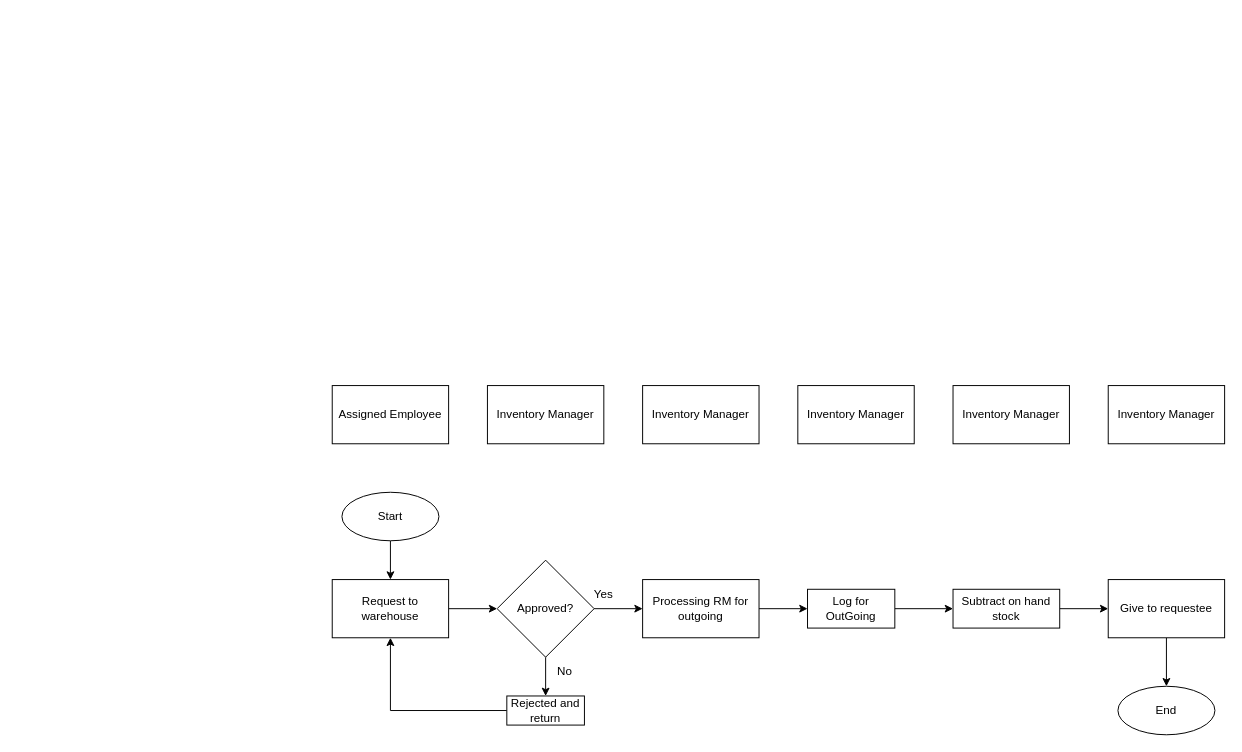
Earlier version of the draw.io diagram page "SYSTEM: USAGE" (2 of 6) of docs/SugarCreationsFC.drawio (AllegoYuanPaolo/SC-Inventory-Project). Source tidied: cells renumbered, new cells numbered last; positions are measured from the earlier drawing's top-left corner, leaving out a move shared by most shapes. Both pictures are drawn from the tidied source at 97%, with x=0, y=0 at pixel (332, 385).
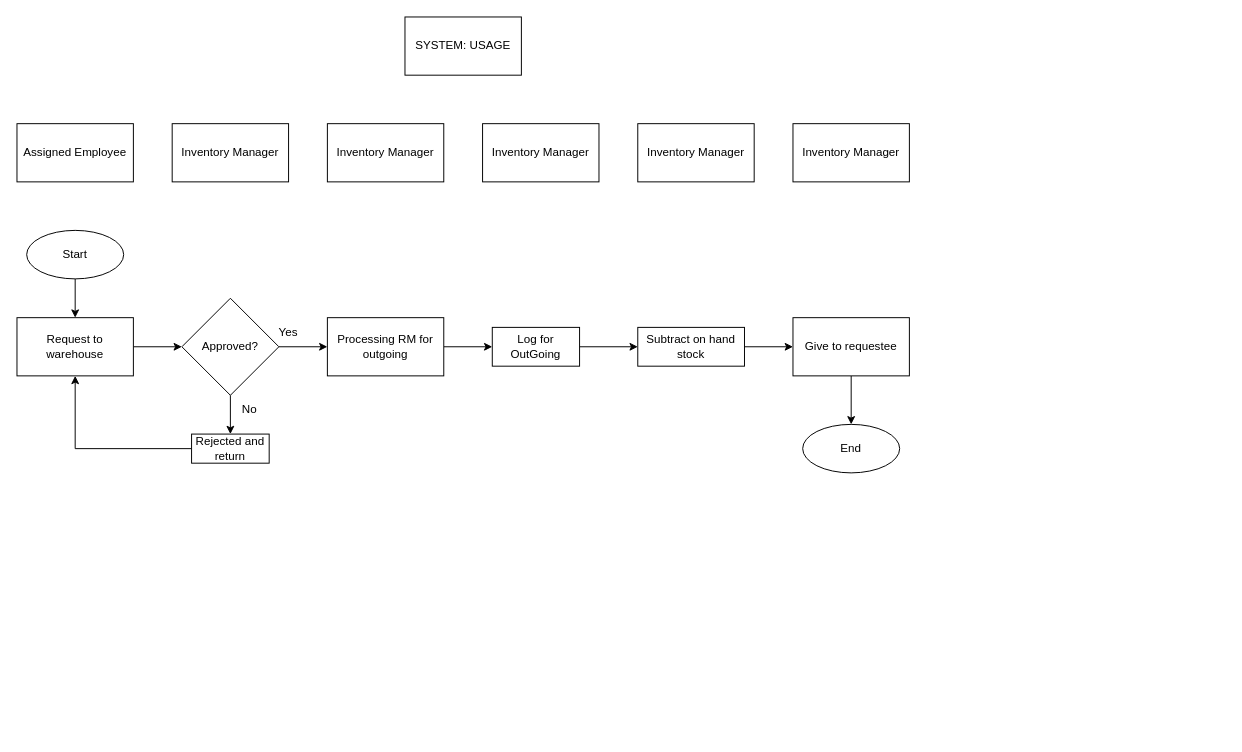
The same page after the edit.

Diff of the diagram source:
```diff
@@
-    <mxCell id="2" style="group;" parent="1" vertex="1">
-      <mxGeometry width="920" height="360" as="geometry" />
-    </mxCell>
-    <mxCell id="3" style="edgeStyle=orthogonalEdgeStyle;rounded=0;jettySize=auto;html=1;exitX=1;exitY=0.5;exitDx=0;exitDy=0;entryX=0;entryY=0.5;entryDx=0;entryDy=0;" parent="2" edge="1" source="4" target="13">
+    <mxCell id="3" style="edgeStyle=orthogonalEdgeStyle;rounded=0;jettySize=auto;html=1;exitX=1;exitY=0.5;exitDx=0;exitDy=0;entryX=0;entryY=0.5;entryDx=0;entryDy=0;" parent="1" edge="1" source="4" target="13">
       <mxGeometry relative="1" as="geometry" />
     </mxCell>
-    <mxCell id="4" value="Request to warehouse" style="whiteSpace=wrap;html=1;" parent="2" vertex="1">
-      <mxGeometry y="200" width="120" height="60" as="geometry" />
+    <mxCell id="4" value="Request to warehouse" style="whiteSpace=wrap;html=1;" parent="1" vertex="1">
+      <mxGeometry x="-325" y="-70" width="120" height="60" as="geometry" />
     </mxCell>
-    <mxCell id="5" style="edgeStyle=orthogonalEdgeStyle;rounded=0;jettySize=auto;html=1;" parent="2" edge="1" source="6" target="8">
+    <mxCell id="5" style="edgeStyle=orthogonalEdgeStyle;rounded=0;jettySize=auto;html=1;" parent="1" edge="1" source="6" target="8">
       <mxGeometry relative="1" as="geometry" />
     </mxCell>
-    <mxCell id="6" value="Log for OutGoing" style="rounded=0;whiteSpace=wrap;html=1;" parent="2" vertex="1">
-      <mxGeometry x="490" y="210" width="90" height="40" as="geometry" />
+    <mxCell id="6" value="Log for OutGoing" style="rounded=0;whiteSpace=wrap;html=1;" parent="1" vertex="1">
+      <mxGeometry x="165" y="-60" width="90" height="40" as="geometry" />
     </mxCell>
-    <mxCell id="7" style="edgeStyle=orthogonalEdgeStyle;rounded=0;jettySize=auto;html=1;" parent="2" edge="1" source="8" target="17">
+    <mxCell id="7" style="edgeStyle=orthogonalEdgeStyle;rounded=0;jettySize=auto;html=1;" parent="1" edge="1" source="8" target="17">
       <mxGeometry relative="1" as="geometry" />
     </mxCell>
-    <mxCell id="8" value="Subtract on hand stock" style="rounded=0;whiteSpace=wrap;html=1;" parent="2" vertex="1">
-      <mxGeometry x="640" y="210" width="110" height="40" as="geometry" />
+    <mxCell id="8" value="Subtract on hand stock" style="rounded=0;whiteSpace=wrap;html=1;" parent="1" vertex="1">
+      <mxGeometry x="315" y="-60" width="110" height="40" as="geometry" />
     </mxCell>
-    <mxCell id="9" style="edgeStyle=orthogonalEdgeStyle;rounded=0;jettySize=auto;html=1;" parent="2" edge="1" source="10" target="6">
+    <mxCell id="9" style="edgeStyle=orthogonalEdgeStyle;rounded=0;jettySize=auto;html=1;" parent="1" edge="1" source="10" target="6">
       <mxGeometry relative="1" as="geometry" />
     </mxCell>
-    <mxCell id="10" value="Processing RM for outgoing" style="rounded=0;whiteSpace=wrap;html=1;" parent="2" vertex="1">
-      <mxGeometry x="320" y="200" width="120" height="60" as="geometry" />
+    <mxCell id="10" value="Processing RM for outgoing" style="rounded=0;whiteSpace=wrap;html=1;" parent="1" vertex="1">
+      <mxGeometry x="-5" y="-70" width="120" height="60" as="geometry" />
     </mxCell>
-    <mxCell id="11" style="edgeStyle=orthogonalEdgeStyle;rounded=0;jettySize=auto;html=1;" parent="2" edge="1" source="13" target="15">
+    <mxCell id="11" style="edgeStyle=orthogonalEdgeStyle;rounded=0;jettySize=auto;html=1;" parent="1" edge="1" source="13" target="15">
       <mxGeometry relative="1" as="geometry" />
     </mxCell>
-    <mxCell id="12" style="edgeStyle=orthogonalEdgeStyle;rounded=0;jettySize=auto;html=1;exitX=1;exitY=0.5;exitDx=0;exitDy=0;entryX=0;entryY=0.5;entryDx=0;entryDy=0;" parent="2" edge="1" source="13" target="10">
+    <mxCell id="12" style="edgeStyle=orthogonalEdgeStyle;rounded=0;jettySize=auto;html=1;exitX=1;exitY=0.5;exitDx=0;exitDy=0;entryX=0;entryY=0.5;entryDx=0;entryDy=0;" parent="1" edge="1" source="13" target="10">
       <mxGeometry relative="1" as="geometry" />
     </mxCell>
-    <mxCell id="13" value="Approved?" style="rhombus;whiteSpace=wrap;html=1;" parent="2" vertex="1">
-      <mxGeometry x="170" y="180" width="100" height="100" as="geometry" />
+    <mxCell id="13" value="Approved?" style="rhombus;whiteSpace=wrap;html=1;" parent="1" vertex="1">
+      <mxGeometry x="-155" y="-90" width="100" height="100" as="geometry" />
     </mxCell>
-    <mxCell id="14" style="edgeStyle=orthogonalEdgeStyle;rounded=0;jettySize=auto;html=1;exitX=0;exitY=0.5;exitDx=0;exitDy=0;entryX=0.5;entryY=1;entryDx=0;entryDy=0;" parent="2" edge="1" source="15" target="4">
+    <mxCell id="14" style="edgeStyle=orthogonalEdgeStyle;rounded=0;jettySize=auto;html=1;exitX=0;exitY=0.5;exitDx=0;exitDy=0;entryX=0.5;entryY=1;entryDx=0;entryDy=0;" parent="1" edge="1" source="15" target="4">
       <mxGeometry relative="1" as="geometry" />
     </mxCell>
-    <mxCell id="15" value="Rejected and return" style="whiteSpace=wrap;html=1;" parent="2" vertex="1">
-      <mxGeometry x="180" y="320" width="80" height="30" as="geometry" />
+    <mxCell id="15" value="Rejected and return" style="whiteSpace=wrap;html=1;" parent="1" vertex="1">
+      <mxGeometry x="-145" y="50" width="80" height="30" as="geometry" />
     </mxCell>
-    <mxCell id="16" style="edgeStyle=orthogonalEdgeStyle;rounded=0;jettySize=auto;html=1;" parent="2" edge="1" source="17" target="20">
+    <mxCell id="16" style="edgeStyle=orthogonalEdgeStyle;rounded=0;jettySize=auto;html=1;" parent="1" edge="1" source="17" target="20">
       <mxGeometry relative="1" as="geometry" />
     </mxCell>
-    <mxCell id="17" value="Give to requestee" style="rounded=0;whiteSpace=wrap;html=1;" parent="2" vertex="1">
-      <mxGeometry x="800" y="200" width="120" height="60" as="geometry" />
+    <mxCell id="17" value="Give to requestee" style="rounded=0;whiteSpace=wrap;html=1;" parent="1" vertex="1">
+      <mxGeometry x="475" y="-70" width="120" height="60" as="geometry" />
     </mxCell>
-    <mxCell id="18" style="edgeStyle=orthogonalEdgeStyle;rounded=0;jettySize=auto;html=1;" parent="2" edge="1" source="19" target="4">
+    <mxCell id="18" style="edgeStyle=orthogonalEdgeStyle;rounded=0;jettySize=auto;html=1;" parent="1" edge="1" source="19" target="4">
       <mxGeometry relative="1" as="geometry" />
     </mxCell>
-    <mxCell id="19" value="Start" style="ellipse;whiteSpace=wrap;html=1;" parent="2" vertex="1">
-      <mxGeometry x="10" y="110" width="100" height="50" as="geometry" />
+    <mxCell id="19" value="Start" style="ellipse;whiteSpace=wrap;html=1;" parent="1" vertex="1">
+      <mxGeometry x="-315" y="-160" width="100" height="50" as="geometry" />
     </mxCell>
-    <mxCell id="20" value="End" style="ellipse;whiteSpace=wrap;html=1;" parent="2" vertex="1">
-      <mxGeometry x="810" y="310" width="100" height="50" as="geometry" />
+    <mxCell id="20" value="End" style="ellipse;whiteSpace=wrap;html=1;" parent="1" vertex="1">
+      <mxGeometry x="485" y="40" width="100" height="50" as="geometry" />
     </mxCell>
-    <mxCell id="21" value="Assigned Employee" style="rounded=0;whiteSpace=wrap;html=1;" parent="2" vertex="1">
-      <mxGeometry width="120" height="60" as="geometry" />
+    <mxCell id="21" value="Assigned Employee" style="rounded=0;whiteSpace=wrap;html=1;" parent="1" vertex="1">
+      <mxGeometry x="-325" y="-270" width="120" height="60" as="geometry" />
     </mxCell>
-    <mxCell id="22" value="Inventory Manager" style="rounded=0;whiteSpace=wrap;html=1;" parent="2" vertex="1">
-      <mxGeometry x="160" width="120" height="60" as="geometry" />
+    <mxCell id="22" value="Inventory Manager" style="rounded=0;whiteSpace=wrap;html=1;" parent="1" vertex="1">
+      <mxGeometry x="-165" y="-270" width="120" height="60" as="geometry" />
     </mxCell>
-    <mxCell id="23" value="Inventory Manager" style="rounded=0;whiteSpace=wrap;html=1;" parent="2" vertex="1">
-      <mxGeometry x="320" width="120" height="60" as="geometry" />
+    <mxCell id="23" value="Inventory Manager" style="rounded=0;whiteSpace=wrap;html=1;" parent="1" vertex="1">
+      <mxGeometry x="-5" y="-270" width="120" height="60" as="geometry" />
     </mxCell>
-    <mxCell id="24" value="Inventory Manager" style="rounded=0;whiteSpace=wrap;html=1;" parent="2" vertex="1">
-      <mxGeometry x="480" width="120" height="60" as="geometry" />
+    <mxCell id="24" value="Inventory Manager" style="rounded=0;whiteSpace=wrap;html=1;" parent="1" vertex="1">
+      <mxGeometry x="155" y="-270" width="120" height="60" as="geometry" />
     </mxCell>
-    <mxCell id="25" value="Inventory Manager" style="rounded=0;whiteSpace=wrap;html=1;" parent="2" vertex="1">
-      <mxGeometry x="640" width="120" height="60" as="geometry" />
+    <mxCell id="25" value="Inventory Manager" style="rounded=0;whiteSpace=wrap;html=1;" parent="1" vertex="1">
+      <mxGeometry x="315" y="-270" width="120" height="60" as="geometry" />
     </mxCell>
-    <mxCell id="26" value="Inventory Manager" style="rounded=0;whiteSpace=wrap;html=1;" parent="2" vertex="1">
-      <mxGeometry x="800" width="120" height="60" as="geometry" />
+    <mxCell id="26" value="Inventory Manager" style="rounded=0;whiteSpace=wrap;html=1;" parent="1" vertex="1">
+      <mxGeometry x="475" y="-270" width="120" height="60" as="geometry" />
     </mxCell>
-    <mxCell id="27" value="Yes" style="text;html=1;whiteSpace=wrap;strokeColor=none;fillColor=none;align=center;verticalAlign=middle;rounded=0;" parent="2" vertex="1">
-      <mxGeometry x="250" y="200" width="60" height="30" as="geometry" />
+    <mxCell id="27" value="Yes" style="text;html=1;whiteSpace=wrap;strokeColor=none;fillColor=none;align=center;verticalAlign=middle;rounded=0;" parent="1" vertex="1">
+      <mxGeometry x="-75" y="-70" width="60" height="30" as="geometry" />
     </mxCell>
-    <mxCell id="28" value="No" style="text;html=1;whiteSpace=wrap;strokeColor=none;fillColor=none;align=center;verticalAlign=middle;rounded=0;" parent="2" vertex="1">
-      <mxGeometry x="210" y="280" width="60" height="30" as="geometry" />
+    <mxCell id="28" value="No" style="text;html=1;whiteSpace=wrap;strokeColor=none;fillColor=none;align=center;verticalAlign=middle;rounded=0;" parent="1" vertex="1">
+      <mxGeometry x="-115" y="10" width="60" height="30" as="geometry" />
     </mxCell>
+    <mxCell id="29" value="SYSTEM: USAGE" style="rounded=0;whiteSpace=wrap;html=1;" parent="1" vertex="1">
+      <mxGeometry x="75" y="-380" width="120" height="60" as="geometry" />
+    </mxCell>
```
